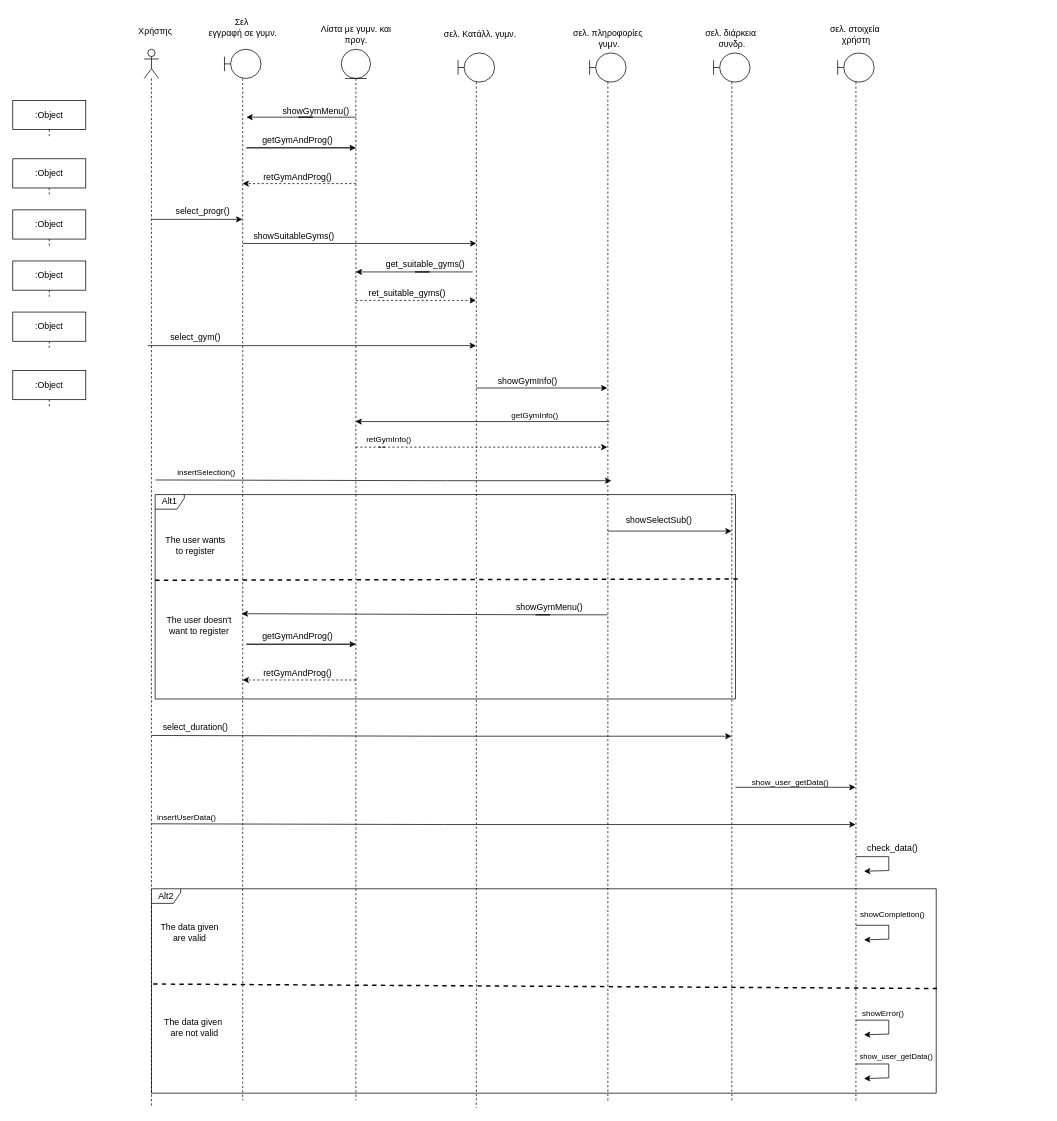
Above: ΠΕΜΠΤΟ ΠΑΡΑΔΟΤΕΟ/ΔΙΟΡΘΩΣΕΙΣ ΠΡΟΗΓΟΥΜΕΝΩΝ ΠΑΡΑΔΟΤΕΩΝ/Sequence-diagrams-v0.2/sd_εγγραφή_σε _γυμναστήριο.drawio in Dionkaps/Eu-Zin (draw.io), before the change. Source tidied: cells renumbered, new cells numbered last; positions are measured from the earlier drawing's top-left corner, leaving out a move shared by most shapes. Both pictures are drawn from the tidied source at 73%, with x=0, y=0 at pixel (12, 12).
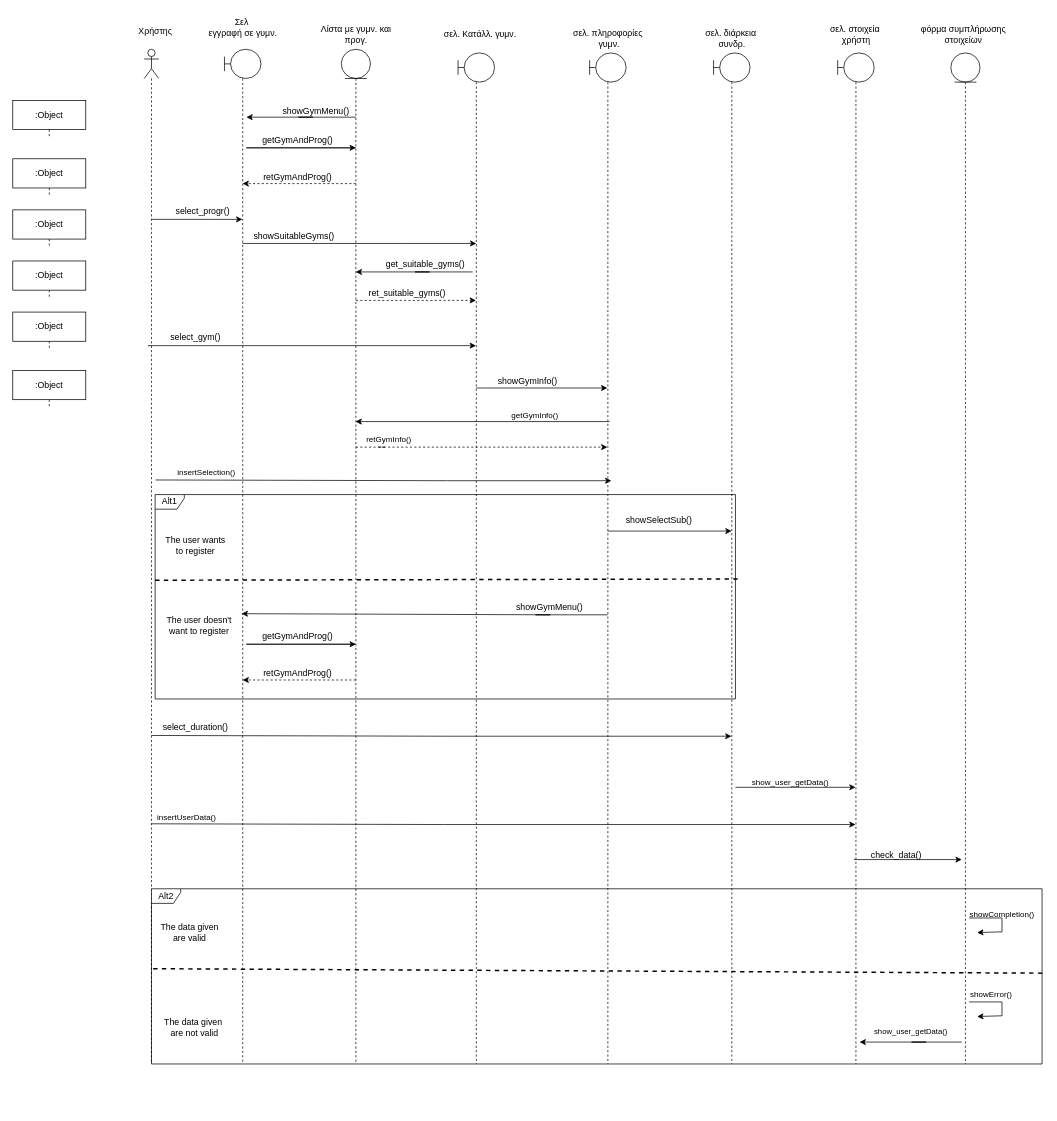
After the change.

Diff of the diagram source:
```diff
@@
     <mxCell id="2" style="shape=umlLifeline;perimeter=lifelinePerimeter;whiteSpace=wrap;html=1;newEdgeStyle={&quot;edgeStyle&quot;:&quot;elbowEdgeStyle&quot;,&quot;elbow&quot;:&quot;vertical&quot;,&quot;curved&quot;:0,&quot;rounded&quot;:0};participant=umlActor;" parent="1" vertex="1">
-      <mxGeometry x="180" y="50" width="20" height="1450" as="geometry" />
+      <mxGeometry x="180" y="50" width="20" height="1390" as="geometry" />
     </mxCell>
     <mxCell id="3" style="shape=umlLifeline;perimeter=lifelinePerimeter;whiteSpace=wrap;html=1;newEdgeStyle={&quot;edgeStyle&quot;:&quot;elbowEdgeStyle&quot;,&quot;elbow&quot;:&quot;vertical&quot;,&quot;curved&quot;:0,&quot;rounded&quot;:0};participant=umlBoundary;" parent="1" vertex="1">
-      <mxGeometry x="1130" y="55" width="50" height="1435" as="geometry" />
+      <mxGeometry x="1130" y="55" width="50" height="1385" as="geometry" />
     </mxCell>
     <mxCell id="4" style="shape=umlLifeline;perimeter=lifelinePerimeter;whiteSpace=wrap;html=1;outlineConnect=0;portConstraint=eastwest;newEdgeStyle={&quot;edgeStyle&quot;:&quot;elbowEdgeStyle&quot;,&quot;elbow&quot;:&quot;vertical&quot;,&quot;curved&quot;:0,&quot;rounded&quot;:0};participant=umlBoundary;" parent="1" vertex="1">
-      <mxGeometry x="790.2" y="55" width="50" height="1435" as="geometry" />
+      <mxGeometry x="790.2" y="55" width="50" height="1385" as="geometry" />
     </mxCell>
     <mxCell id="5" style="shape=umlLifeline;perimeter=lifelinePerimeter;whiteSpace=wrap;html=1;newEdgeStyle={&quot;edgeStyle&quot;:&quot;elbowEdgeStyle&quot;,&quot;elbow&quot;:&quot;vertical&quot;,&quot;curved&quot;:0,&quot;rounded&quot;:0};participant=umlBoundary;" parent="1" vertex="1">
-      <mxGeometry x="610" y="55" width="50" height="1445" as="geometry" />
+      <mxGeometry x="610" y="55" width="50" height="1385" as="geometry" />
     </mxCell>
     <mxCell id="6" style="shape=umlLifeline;perimeter=lifelinePerimeter;whiteSpace=wrap;html=1;newEdgeStyle={&quot;edgeStyle&quot;:&quot;elbowEdgeStyle&quot;,&quot;elbow&quot;:&quot;vertical&quot;,&quot;curved&quot;:0,&quot;rounded&quot;:0};participant=umlBoundary;" parent="1" vertex="1">
-      <mxGeometry x="290" y="50" width="50" height="1440" as="geometry" />
+      <mxGeometry x="290" y="50" width="50" height="1390" as="geometry" />
     </mxCell>
@@
     <mxCell id="12" style="shape=umlLifeline;perimeter=lifelinePerimeter;whiteSpace=wrap;html=1;outlineConnect=0;portConstraint=eastwest;newEdgeStyle={&quot;edgeStyle&quot;:&quot;elbowEdgeStyle&quot;,&quot;elbow&quot;:&quot;vertical&quot;,&quot;curved&quot;:0,&quot;rounded&quot;:0};participant=umlEntity;" parent="1" vertex="1">
-      <mxGeometry x="450" y="50" width="40" height="1440" as="geometry" />
+      <mxGeometry x="450" y="50" width="40" height="1390" as="geometry" />
     </mxCell>
@@
     <mxCell id="19" style="shape=umlLifeline;perimeter=lifelinePerimeter;whiteSpace=wrap;html=1;outlineConnect=0;portConstraint=eastwest;newEdgeStyle={&quot;edgeStyle&quot;:&quot;elbowEdgeStyle&quot;,&quot;elbow&quot;:&quot;vertical&quot;,&quot;curved&quot;:0,&quot;rounded&quot;:0};participant=umlBoundary;" parent="1" vertex="1">
-      <mxGeometry x="960" y="55" width="50" height="1435" as="geometry" />
+      <mxGeometry x="960" y="55" width="50" height="1385" as="geometry" />
     </mxCell>
@@
     <mxCell id="60" value="show_user_getData()" style="text;html=1;align=center;verticalAlign=middle;strokeColor=none;fillColor=none;fontSize=10.5;" parent="1" vertex="1">
-      <mxGeometry x="1145" y="1414" width="130" height="30" as="geometry" />
+      <mxGeometry x="1165" y="1380" width="130" height="30" as="geometry" />
     </mxCell>
@@
-    <mxCell id="62" style="endArrow=classic;html=1;rounded=0;entryX=1.067;entryY=0.09;entryDx=0;entryDy=0;entryPerimeter=0;" parent="1" edge="1">
-      <mxGeometry x="1" y="392" relative="1" as="geometry">
-        <mxPoint x="1154.9" y="1156" as="sourcePoint" />
-        <mxPoint x="1166" y="1176" as="targetPoint" />
-        <Array as="points">
-          <mxPoint x="1200" y="1156" />
-          <mxPoint x="1200" y="1175" />
-        </Array>
-        <mxPoint x="-367" y="-228" as="offset" />
-      </mxGeometry>
-    </mxCell>
     <mxCell id="63" value="check_data()" style="text;html=1;align=center;verticalAlign=middle;strokeColor=none;fillColor=none;" parent="1" vertex="1">
-      <mxGeometry x="1160" y="1130" width="90" height="30" as="geometry" />
+      <mxGeometry x="1165" y="1140" width="90" height="30" as="geometry" />
     </mxCell>
     <mxCell id="64" value="Alt2" style="shape=umlFrame;whiteSpace=wrap;html=1;width=40;height=20;" parent="1" vertex="1">
-      <mxGeometry x="190" y="1200" width="1075" height="280" as="geometry" />
+      <mxGeometry x="190" y="1200" width="1220" height="240" as="geometry" />
     </mxCell>
-    <mxCell id="65" style="endArrow=none;dashed=1;html=1;rounded=0;strokeWidth=2;entryX=1.001;entryY=0.488;entryDx=0;entryDy=0;entryPerimeter=0;exitX=0;exitY=0.419;exitDx=0;exitDy=0;exitPerimeter=0;" parent="1" edge="1" target="64">
+    <mxCell id="65" style="endArrow=none;dashed=1;html=1;rounded=0;strokeWidth=2;entryX=1.001;entryY=0.488;entryDx=0;entryDy=0;entryPerimeter=0;exitX=0;exitY=0.419;exitDx=0;exitDy=0;exitPerimeter=0;" parent="1" edge="1">
       <mxGeometry relative="1" as="geometry">
-        <mxPoint x="192.3" y="1330.5" as="sourcePoint" />
+        <mxPoint x="192.3" y="1309.5" as="sourcePoint" />
+        <mxPoint x="1411.2" y="1315.6" as="targetPoint" />
       </mxGeometry>
     </mxCell>
@@
     <mxCell id="68" style="endArrow=classic;html=1;rounded=0;entryX=1.067;entryY=0.09;entryDx=0;entryDy=0;entryPerimeter=0;" parent="1" edge="1">
       <mxGeometry x="1" y="392" relative="1" as="geometry">
-        <mxPoint x="1154.9" y="1380" as="sourcePoint" />
-        <mxPoint x="1166" y="1400" as="targetPoint" />
+        <mxPoint x="1310" y="1355" as="sourcePoint" />
+        <mxPoint x="1321.1" y="1375" as="targetPoint" />
         <Array as="points">
-          <mxPoint x="1200" y="1380" />
-          <mxPoint x="1200" y="1399" />
+          <mxPoint x="1355.1" y="1355" />
+          <mxPoint x="1355.1" y="1374" />
         </Array>
         <mxPoint x="-367" y="-228" as="offset" />
       </mxGeometry>
     </mxCell>
     <mxCell id="69" value="showCompletion()" style="text;html=1;align=center;verticalAlign=middle;strokeColor=none;fillColor=none;fontSize=11;" parent="1" vertex="1">
-      <mxGeometry x="1150" y="1220" width="110" height="30" as="geometry" />
+      <mxGeometry x="1300" y="1220" width="110" height="30" as="geometry" />
     </mxCell>
     <mxCell id="70" value="showError()" style="text;html=1;align=center;verticalAlign=middle;strokeColor=none;fillColor=none;fontSize=11;" parent="1" vertex="1">
-      <mxGeometry x="1152.3" y="1356" width="80" height="30" as="geometry" />
+      <mxGeometry x="1300" y="1330" width="80" height="30" as="geometry" />
     </mxCell>
-    <mxCell id="71" style="endArrow=classic;html=1;rounded=0;entryX=1.067;entryY=0.09;entryDx=0;entryDy=0;entryPerimeter=0;" parent="1" edge="1">
-      <mxGeometry x="1" y="392" relative="1" as="geometry">
-        <mxPoint x="1154.9" y="1250" as="sourcePoint" />
-        <mxPoint x="1166" y="1270" as="targetPoint" />
-        <Array as="points">
-          <mxPoint x="1200" y="1250" />
-          <mxPoint x="1200" y="1269" />
-        </Array>
-        <mxPoint x="-367" y="-228" as="offset" />
-      </mxGeometry>
-    </mxCell>
-    <mxCell id="72" style="endArrow=classic;html=1;rounded=0;entryX=1.067;entryY=0.09;entryDx=0;entryDy=0;entryPerimeter=0;" parent="1" edge="1">
-      <mxGeometry x="1" y="392" relative="1" as="geometry">
-        <mxPoint x="1154.9" y="1440" as="sourcePoint" />
-        <mxPoint x="1166" y="1460" as="targetPoint" />
-        <Array as="points">
-          <mxPoint x="1200" y="1440" />
-          <mxPoint x="1200" y="1459" />
-        </Array>
-        <mxPoint x="-367" y="-228" as="offset" />
-      </mxGeometry>
-    </mxCell>
@@
+    <mxCell id="74" style="shape=umlLifeline;perimeter=lifelinePerimeter;whiteSpace=wrap;html=1;newEdgeStyle={&quot;edgeStyle&quot;:&quot;elbowEdgeStyle&quot;,&quot;elbow&quot;:&quot;vertical&quot;,&quot;curved&quot;:0,&quot;rounded&quot;:0};participant=umlEntity;" parent="1" vertex="1">
+      <mxGeometry x="1285" y="55" width="40" height="1385" as="geometry" />
+    </mxCell>
+    <mxCell id="75" value="φόρμα συμπλήρωσης&lt;br&gt;στοιχείων" style="text;html=1;align=center;verticalAlign=middle;strokeColor=none;fillColor=none;" parent="1" vertex="1">
+      <mxGeometry x="1232.3" y="10" width="140" height="40" as="geometry" />
+    </mxCell>
+    <mxCell id="76" style="endArrow=classic;html=1;rounded=0;" parent="1" edge="1">
+      <mxGeometry x="-0.47" y="11" relative="1" as="geometry">
+        <mxPoint x="1152.3" y="1160" as="sourcePoint" />
+        <mxPoint x="1300" y="1160" as="targetPoint" />
+        <Array as="points">
+          <mxPoint x="1152.3" y="1160" />
+        </Array>
+      </mxGeometry>
+    </mxCell>
+    <mxCell id="77" style="endArrow=classic;html=1;rounded=0;entryX=1.067;entryY=0.09;entryDx=0;entryDy=0;entryPerimeter=0;" parent="1" edge="1">
+      <mxGeometry x="1" y="392" relative="1" as="geometry">
+        <mxPoint x="1310" y="1240" as="sourcePoint" />
+        <mxPoint x="1321.1" y="1260" as="targetPoint" />
+        <Array as="points">
+          <mxPoint x="1355.1" y="1240" />
+          <mxPoint x="1355.1" y="1259" />
+        </Array>
+        <mxPoint x="-367" y="-228" as="offset" />
+      </mxGeometry>
+    </mxCell>
+    <mxCell id="78" style="endArrow=classic;html=1;rounded=0;" parent="1" edge="1">
+      <mxGeometry relative="1" as="geometry">
+        <mxPoint x="1300" y="1410" as="sourcePoint" />
+        <mxPoint x="1160" y="1410" as="targetPoint" />
+        <Array as="points">
+          <mxPoint x="1231.2" y="1410" />
+          <mxPoint x="1251.2" y="1410" />
+        </Array>
+      </mxGeometry>
+    </mxCell>
```
